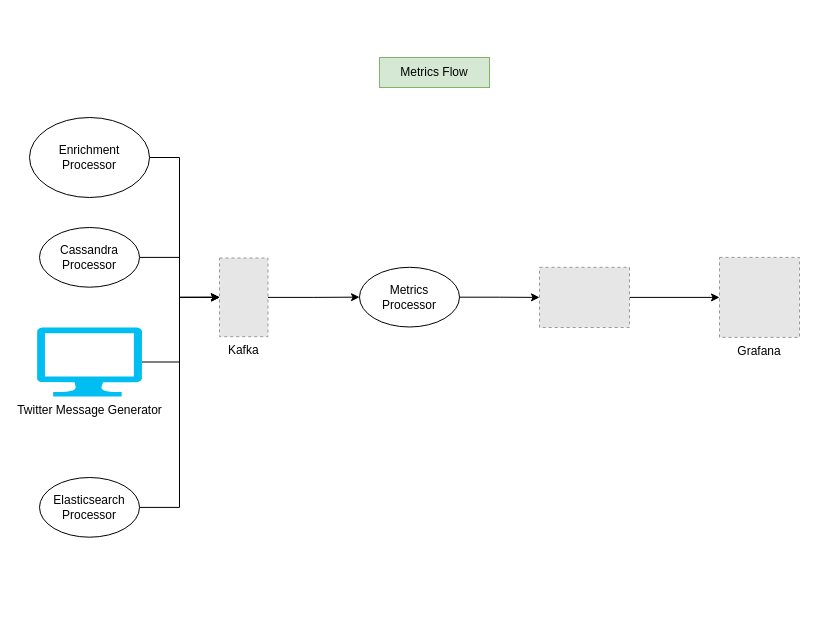
This is src/main/resources/diagram/metrics_flow.drawio from skatz1990/messaging_pipeline, a draw.io file, before an edit. Source tidied: cells renumbered, new cells numbered last; positions are measured from the earlier drawing's top-left corner, leaving out a move shared by most shapes. Both pictures are drawn from the tidied source at 100%, with x=0, y=0 at pixel (29, 57). Pictures stored in the file or linked from it are replaced by grey dashed boxes.
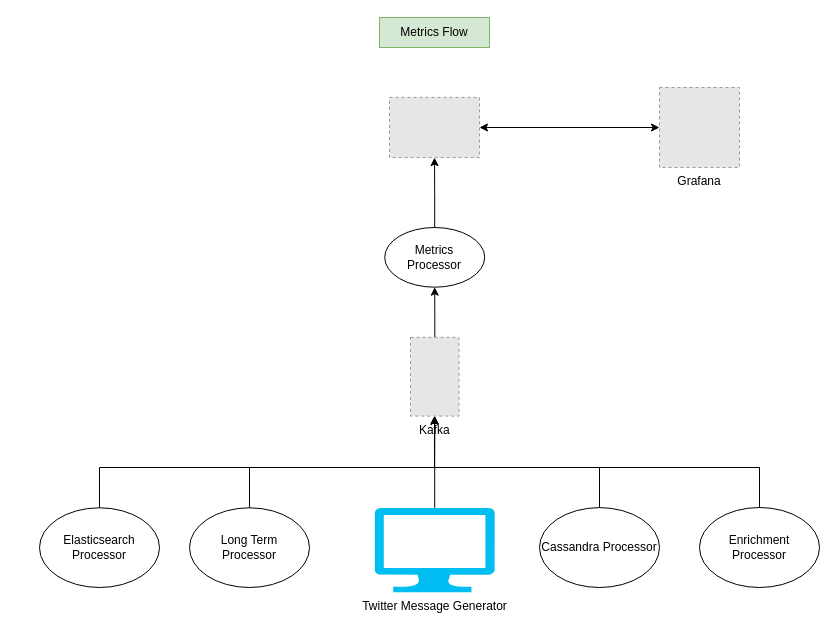
After the change.

Commit message (it also covers changes not shown here):
Updated the rest of the diagrams

The edit, as a diff of the source:
```diff
@@
     <mxCell id="2" value="Metrics Flow" style="text;html=1;strokeColor=#82b366;fillColor=#d5e8d4;align=center;verticalAlign=middle;whiteSpace=wrap;rounded=0;" parent="1" vertex="1">
-      <mxGeometry x="350" width="110" height="30" as="geometry" />
+      <mxGeometry x="350" y="-40" width="110" height="30" as="geometry" />
     </mxCell>
-    <mxCell id="3" style="edgeStyle=orthogonalEdgeStyle;rounded=0;jettySize=auto;html=1;entryX=0;entryY=0.5;entryDx=0;entryDy=0;" parent="1" edge="1" source="4" target="14">
+    <mxCell id="3" style="edgeStyle=orthogonalEdgeStyle;rounded=0;jettySize=auto;html=1;" parent="1" edge="1" source="4" target="14">
       <mxGeometry relative="1" as="geometry" />
     </mxCell>
     <mxCell id="4" value="Kafka" style="fillColor=#E6E6E6;strokeColor=#999999;dashed=1;verticalLabelPosition=bottom;labelBackgroundColor=#ffffff;verticalAlign=top;" parent="1" vertex="1">
-      <mxGeometry x="190" y="200.5" width="48.5" height="78.7" as="geometry" />
+      <mxGeometry x="381" y="279.9" width="48.5" height="78.7" as="geometry" />
     </mxCell>
-    <mxCell id="5" style="edgeStyle=orthogonalEdgeStyle;rounded=0;jettySize=auto;html=1;entryX=0;entryY=0.5;entryDx=0;entryDy=0;" parent="1" edge="1" source="6" target="4">
-      <mxGeometry relative="1" as="geometry">
-        <Array as="points">
-          <mxPoint x="150" y="305" />
-          <mxPoint x="150" y="240" />
-        </Array>
-      </mxGeometry>
+    <mxCell id="5" style="edgeStyle=orthogonalEdgeStyle;rounded=0;jettySize=auto;html=1;" parent="1" edge="1" source="6" target="4">
+      <mxGeometry relative="1" as="geometry" />
     </mxCell>
     <mxCell id="6" value="Twitter Message Generator" style="verticalLabelPosition=bottom;html=1;verticalAlign=top;align=center;strokeColor=none;fillColor=#00BEF2;shape=mxgraph.azure.computer;" parent="1" vertex="1">
-      <mxGeometry x="7.5" y="270" width="105" height="69" as="geometry" />
+      <mxGeometry x="345.2" y="450.3" width="120" height="84.5" as="geometry" />
     </mxCell>
-    <mxCell id="7" style="edgeStyle=orthogonalEdgeStyle;rounded=0;jettySize=auto;html=1;entryX=0;entryY=0.5;entryDx=0;entryDy=0;" parent="1" edge="1" source="8" target="4">
+    <mxCell id="7" style="edgeStyle=orthogonalEdgeStyle;rounded=0;jettySize=auto;html=1;" parent="1" edge="1" source="8" target="4">
       <mxGeometry relative="1" as="geometry">
         <Array as="points">
-          <mxPoint x="150" y="100" />
-          <mxPoint x="150" y="240" />
+          <mxPoint x="730" y="410" />
+          <mxPoint x="405" y="410" />
         </Array>
       </mxGeometry>
     </mxCell>
     <mxCell id="8" value="Enrichment Processor" style="ellipse;whiteSpace=wrap;html=1;" parent="1" vertex="1">
-      <mxGeometry y="60" width="120" height="80" as="geometry" />
+      <mxGeometry x="670" y="450" width="120" height="80" as="geometry" />
     </mxCell>
-    <mxCell id="9" style="edgeStyle=orthogonalEdgeStyle;rounded=0;jettySize=auto;html=1;entryX=0;entryY=0.5;entryDx=0;entryDy=0;" parent="1" edge="1" source="10" target="4">
+    <mxCell id="9" style="edgeStyle=orthogonalEdgeStyle;rounded=0;jettySize=auto;html=1;" parent="1" edge="1" source="10" target="4">
       <mxGeometry relative="1" as="geometry">
         <Array as="points">
-          <mxPoint x="150" y="200" />
-          <mxPoint x="150" y="240" />
+          <mxPoint x="570" y="410" />
+          <mxPoint x="405" y="410" />
         </Array>
       </mxGeometry>
     </mxCell>
     <mxCell id="10" value="Cassandra Processor" style="ellipse;whiteSpace=wrap;html=1;" parent="1" vertex="1">
-      <mxGeometry x="10" y="170" width="100" height="59.7" as="geometry" />
+      <mxGeometry x="510" y="450.1" width="120" height="79.9" as="geometry" />
     </mxCell>
-    <mxCell id="11" style="edgeStyle=orthogonalEdgeStyle;rounded=0;jettySize=auto;html=1;entryX=0;entryY=0.5;entryDx=0;entryDy=0;" parent="1" edge="1" source="12" target="4">
+    <mxCell id="11" style="edgeStyle=orthogonalEdgeStyle;rounded=0;jettySize=auto;html=1;" parent="1" edge="1" source="12" target="4">
       <mxGeometry relative="1" as="geometry">
         <Array as="points">
-          <mxPoint x="150" y="450" />
-          <mxPoint x="150" y="240" />
+          <mxPoint x="70" y="410" />
+          <mxPoint x="405" y="410" />
         </Array>
       </mxGeometry>
     </mxCell>
     <mxCell id="12" value="Elasticsearch Processor" style="ellipse;whiteSpace=wrap;html=1;" parent="1" vertex="1">
-      <mxGeometry x="10" y="420" width="100" height="59.7" as="geometry" />
+      <mxGeometry x="10" y="450.3" width="120" height="79.7" as="geometry" />
     </mxCell>
@@
     <mxCell id="14" value="Metrics &lt;br&gt;Processor" style="ellipse;whiteSpace=wrap;html=1;" parent="1" vertex="1">
-      <mxGeometry x="330" y="209.8" width="100" height="59.7" as="geometry" />
+      <mxGeometry x="355.2" y="170" width="100" height="59.7" as="geometry" />
     </mxCell>
-    <mxCell id="15" style="edgeStyle=orthogonalEdgeStyle;rounded=0;jettySize=auto;html=1;" parent="1" edge="1" source="16" target="17">
-      <mxGeometry relative="1" as="geometry" />
-    </mxCell>
     <mxCell id="16" style="fillColor=#E6E6E6;strokeColor=#999999;dashed=1;verticalLabelPosition=bottom;labelBackgroundColor=#ffffff;verticalAlign=top;" parent="1" vertex="1">
-      <mxGeometry x="510" y="209.8" width="90" height="60.2" as="geometry" />
+      <mxGeometry x="360" y="39.9" width="90" height="60.2" as="geometry" />
     </mxCell>
     <mxCell id="17" value="Grafana" style="fillColor=#E6E6E6;strokeColor=#999999;dashed=1;verticalLabelPosition=bottom;labelBackgroundColor=#ffffff;verticalAlign=top;" parent="1" vertex="1">
-      <mxGeometry x="690" y="199.9" width="80" height="80" as="geometry" />
+      <mxGeometry x="630" y="30" width="80" height="80" as="geometry" />
     </mxCell>
+    <mxCell id="18" style="edgeStyle=orthogonalEdgeStyle;rounded=0;jettySize=auto;html=1;" parent="1" edge="1" source="19" target="4">
+      <mxGeometry relative="1" as="geometry">
+        <Array as="points">
+          <mxPoint x="220" y="410" />
+          <mxPoint x="405" y="410" />
+        </Array>
+      </mxGeometry>
+    </mxCell>
+    <mxCell id="19" value="Long Term &lt;br&gt;Processor" style="ellipse;whiteSpace=wrap;html=1;" parent="1" vertex="1">
+      <mxGeometry x="160" y="450.3" width="120" height="79.7" as="geometry" />
+    </mxCell>
+    <mxCell id="15" style="endArrow=classic;startArrow=classic;html=1;" parent="1" edge="1" source="16" target="17">
+      <mxGeometry relative="1" as="geometry" />
+    </mxCell>
```
